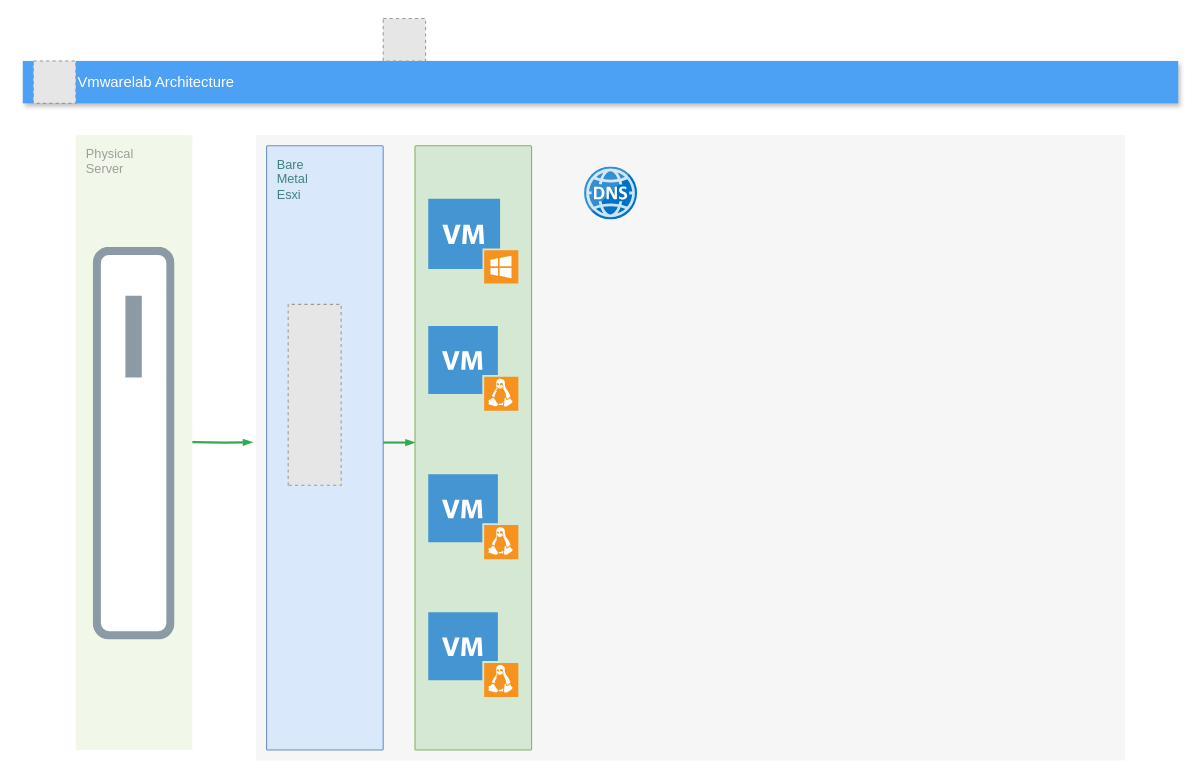
This is VMLAB.drawio from anonshashianon/vmlab, a draw.io file, before an edit. Source tidied: cells renumbered, new cells numbered last; positions are measured from the earlier drawing's top-left corner, leaving out a move shared by most shapes. Both pictures are drawn from the tidied source at 106%, with x=0, y=0 at pixel (-63, 18). Pictures stored in the file or linked from it are replaced by grey dashed boxes.
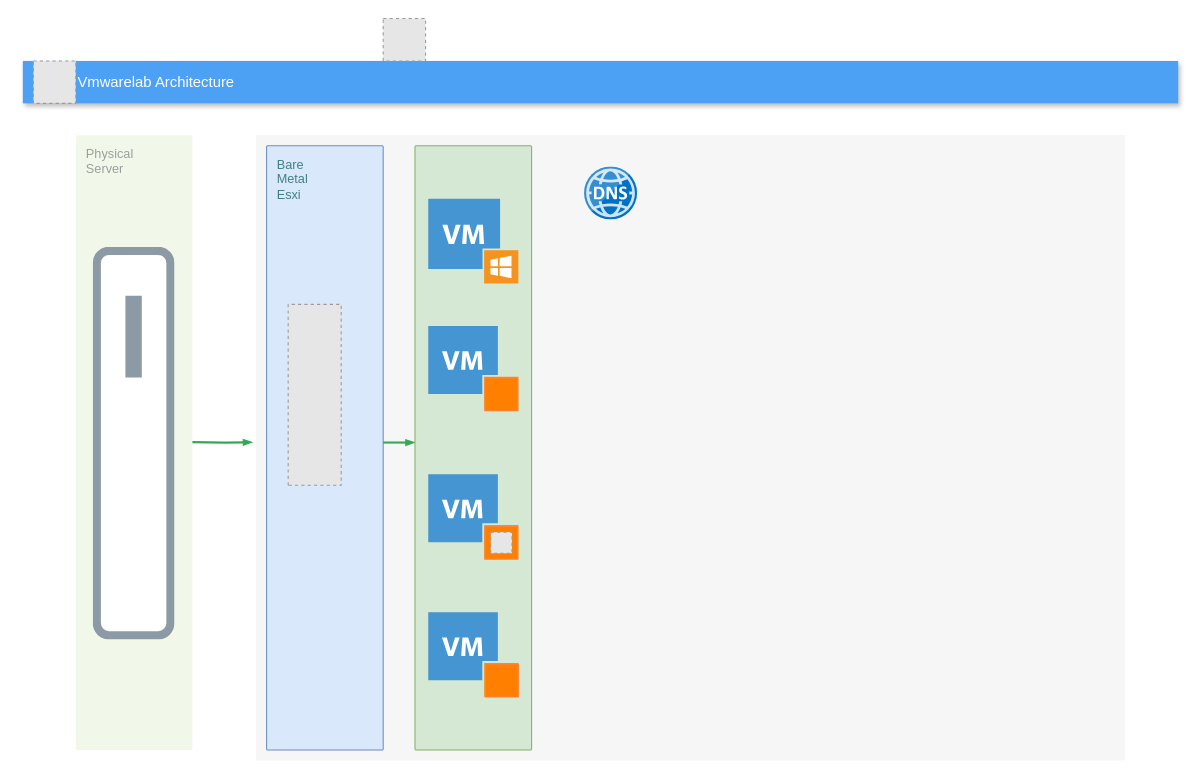
The same page after the edit.

Diff of the diagram source:
```diff
@@
-    <mxCell id="2" style="fillColor=#F6F6F6;strokeColor=none;shadow=0;gradientColor=none;fontSize=14;align=left;spacing=10;fontColor=#717171;9E9E9E;verticalAlign=top;spacingTop=-4;fontStyle=0;spacingLeft=40;html=1;" parent="1" vertex="1">
+    <mxCell id="2" style="fillColor=#f6f6f6;strokeColor=none;shadow=0;gradientColor=none;fontSize=14;align=left;spacing=10;fontColor=#717171;9E9E9E;verticalAlign=top;spacingTop=-4;fontStyle=0;spacingLeft=40;html=1;" parent="1" vertex="1">
       <mxGeometry x="300" y="110" width="820" height="590" as="geometry" />
     </mxCell>
@@
     <mxCell id="7" style="group;" parent="2" vertex="1">
-      <mxGeometry x="150" y="10" width="110" height="570" as="geometry" />
+      <mxGeometry x="150" y="10" width="195" height="570" as="geometry" />
     </mxCell>
@@
+    <mxCell id="19" style="whiteSpace=wrap;html=1;fontColor=#408080;strokeColor=#ff8040;fillColor=#ff8000;" parent="7" vertex="1">
+      <mxGeometry x="66" y="219" width="31" height="31" as="geometry" />
+    </mxCell>
+    <mxCell id="20" style="whiteSpace=wrap;html=1;fontColor=#408080;strokeColor=#ff8040;fillColor=#ff8000;" parent="7" vertex="1">
+      <mxGeometry x="66" y="359" width="31" height="31" as="geometry" />
+    </mxCell>
+    <mxCell id="21" style="whiteSpace=wrap;html=1;fontColor=#408080;strokeColor=#ff8040;fillColor=#ff8000;" parent="7" vertex="1">
+      <mxGeometry x="66.5" y="489" width="31" height="31" as="geometry" />
+    </mxCell>
+    <mxCell id="22" style="fillColor=#E6E6E6;strokeColor=#999999;dashed=1;verticalLabelPosition=bottom;labelBackgroundColor=default;verticalAlign=top;" parent="7" vertex="1">
+      <mxGeometry x="71.5" y="364.5" width="20" height="20" as="geometry" />
+    </mxCell>
```
